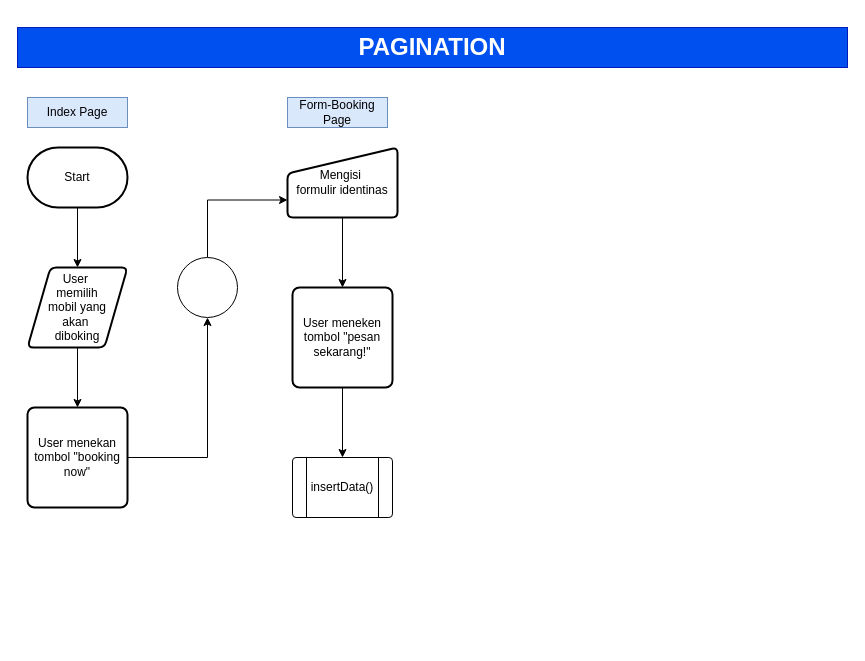
Farhan-Nawwafal/flowcharts-algorithm keeps this draw.io diagram as page "pages" (1 of 2) of Algorithm Booking-System.drawio. Above is the earlier version. Source tidied: cells renumbered, new cells numbered last; positions are measured from the earlier drawing's top-left corner, leaving out a move shared by most shapes. Both pictures are drawn from the tidied source at 100%, with x=0, y=0 at pixel (17, 27).
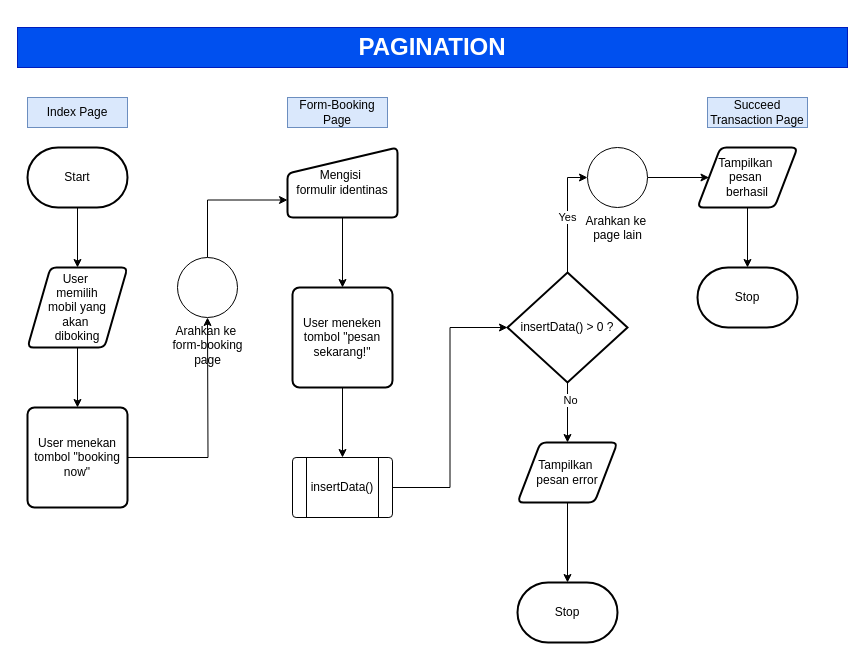
Above is the later version.

Unchanged cells that the change refers to:
```xml
<mxCell id="8" value="User menekan tombol &quot;booking now&quot;" style="rounded=1;whiteSpace=wrap;html=1;absoluteArcSize=1;arcSize=14;strokeWidth=2;" parent="1" vertex="1">
  <mxGeometry x="10" y="380" width="100" height="100" as="geometry" />
</mxCell>
<mxCell id="14" value="Mengisi&amp;nbsp;&lt;div&gt;formulir identinas&lt;/div&gt;" style="html=1;strokeWidth=2;shape=manualInput;whiteSpace=wrap;rounded=1;size=26;arcSize=11;" parent="1" vertex="1">
  <mxGeometry x="270" y="120" width="110" height="70" as="geometry" />
</mxCell>
<mxCell id="17" style="verticalLabelPosition=bottom;verticalAlign=top;html=1;shape=process;whiteSpace=wrap;rounded=1;size=0.14;arcSize=6;" parent="1" vertex="1">
  <mxGeometry x="275" y="430" width="100" height="60" as="geometry" />
</mxCell>
```

The edit, as a diff of the source:
```diff
@@
-    <mxCell id="10" style="edgeStyle=orthogonalEdgeStyle;rounded=0;jettySize=auto;html=1;entryX=0;entryY=0.75;entryDx=0;entryDy=0;" parent="1" edge="1" source="11" target="14">
+    <mxCell id="10" style="edgeStyle=orthogonalEdgeStyle;rounded=0;jettySize=auto;html=1;entryX=0;entryY=0.75;entryDx=0;entryDy=0;" parent="1" edge="1" target="14">
       <mxGeometry relative="1" as="geometry">
+        <mxPoint x="190" y="230" as="sourcePoint" />
         <Array as="points">
           <mxPoint x="190" y="172" />
         </Array>
       </mxGeometry>
     </mxCell>
-    <mxCell id="11" style="verticalLabelPosition=bottom;verticalAlign=top;html=1;shape=mxgraph.flowchart.on-page_reference;" parent="1" vertex="1">
-      <mxGeometry x="160" y="230" width="60" height="60" as="geometry" />
-    </mxCell>
-    <mxCell id="12" style="edgeStyle=orthogonalEdgeStyle;rounded=0;jettySize=auto;html=1;entryX=0.5;entryY=1;entryDx=0;entryDy=0;entryPerimeter=0;" parent="1" edge="1" source="8" target="11">
-      <mxGeometry relative="1" as="geometry" />
+    <mxCell id="12" style="edgeStyle=orthogonalEdgeStyle;rounded=0;jettySize=auto;html=1;entryX=0.5;entryY=1;entryDx=0;entryDy=0;entryPerimeter=0;" parent="1" edge="1" source="8">
+      <mxGeometry relative="1" as="geometry">
+        <mxPoint x="190" y="290" as="targetPoint" />
+      </mxGeometry>
     </mxCell>
@@
+    <mxCell id="19" style="edgeStyle=orthogonalEdgeStyle;rounded=0;jettySize=auto;html=1;" parent="1" edge="1" source="21" target="24">
+      <mxGeometry relative="1" as="geometry" />
+    </mxCell>
+    <mxCell id="20" value="No" style="edgeLabel;html=1;align=center;verticalAlign=middle;" parent="19" vertex="1">
+      <mxGeometry x="-0.44" y="2" relative="1" as="geometry" />
+    </mxCell>
+    <mxCell id="21" value="insertData() &amp;gt; 0 ?" style="strokeWidth=2;html=1;shape=mxgraph.flowchart.decision;whiteSpace=wrap;" parent="1" vertex="1">
+      <mxGeometry x="490" y="245" width="120" height="110" as="geometry" />
+    </mxCell>
+    <mxCell id="22" style="edgeStyle=orthogonalEdgeStyle;rounded=0;jettySize=auto;html=1;entryX=0;entryY=0.5;entryDx=0;entryDy=0;entryPerimeter=0;" parent="1" edge="1" source="17" target="21">
+      <mxGeometry relative="1" as="geometry" />
+    </mxCell>
+    <mxCell id="23" style="edgeStyle=orthogonalEdgeStyle;rounded=0;jettySize=auto;html=1;" parent="1" edge="1" source="24" target="25">
+      <mxGeometry relative="1" as="geometry" />
+    </mxCell>
+    <mxCell id="24" value="Tampilkan&amp;nbsp;&lt;div&gt;pesan error&lt;/div&gt;" style="shape=parallelogram;html=1;strokeWidth=2;perimeter=parallelogramPerimeter;whiteSpace=wrap;rounded=1;arcSize=12;size=0.23;" parent="1" vertex="1">
+      <mxGeometry x="500" y="415" width="100" height="60" as="geometry" />
+    </mxCell>
+    <mxCell id="25" value="Stop" style="strokeWidth=2;html=1;shape=mxgraph.flowchart.terminator;whiteSpace=wrap;" parent="1" vertex="1">
+      <mxGeometry x="500" y="555" width="100" height="60" as="geometry" />
+    </mxCell>
+    <mxCell id="26" value="Succeed Transaction Page" style="rounded=0;whiteSpace=wrap;html=1;fillColor=#dae8fc;strokeColor=#6c8ebf;" parent="1" vertex="1">
+      <mxGeometry x="690" y="70" width="100" height="30" as="geometry" />
+    </mxCell>
+    <mxCell id="27" style="edgeStyle=orthogonalEdgeStyle;rounded=0;jettySize=auto;html=1;" parent="1" edge="1" source="28" target="34">
+      <mxGeometry relative="1" as="geometry" />
+    </mxCell>
+    <mxCell id="28" value="Tampilkan&amp;nbsp;&lt;div&gt;pesan&amp;nbsp;&lt;/div&gt;&lt;div&gt;berhasil&lt;/div&gt;" style="shape=parallelogram;html=1;strokeWidth=2;perimeter=parallelogramPerimeter;whiteSpace=wrap;rounded=1;arcSize=12;size=0.23;" parent="1" vertex="1">
+      <mxGeometry x="680" y="120" width="100" height="60" as="geometry" />
+    </mxCell>
+    <mxCell id="29" value="Arahkan ke&amp;nbsp;&lt;div&gt;form-booking&lt;/div&gt;&lt;div&gt;page&lt;/div&gt;" style="verticalLabelPosition=bottom;verticalAlign=top;html=1;shape=mxgraph.flowchart.on-page_reference;" parent="1" vertex="1">
+      <mxGeometry x="160" y="230" width="60" height="60" as="geometry" />
+    </mxCell>
+    <mxCell id="30" style="edgeStyle=orthogonalEdgeStyle;rounded=0;jettySize=auto;html=1;" parent="1" edge="1" source="31" target="28">
+      <mxGeometry relative="1" as="geometry" />
+    </mxCell>
+    <mxCell id="31" value="Arahkan ke&amp;nbsp;&lt;div&gt;page lain&lt;/div&gt;" style="verticalLabelPosition=bottom;verticalAlign=top;html=1;shape=mxgraph.flowchart.on-page_reference;" parent="1" vertex="1">
+      <mxGeometry x="570" y="120" width="60" height="60" as="geometry" />
+    </mxCell>
+    <mxCell id="32" style="edgeStyle=orthogonalEdgeStyle;rounded=0;jettySize=auto;html=1;entryX=0;entryY=0.5;entryDx=0;entryDy=0;entryPerimeter=0;" parent="1" edge="1" source="21" target="31">
+      <mxGeometry relative="1" as="geometry" />
+    </mxCell>
+    <mxCell id="33" value="Yes" style="edgeLabel;html=1;align=center;verticalAlign=middle;" parent="32" vertex="1">
+      <mxGeometry x="-0.03" y="1" relative="1" as="geometry" />
+    </mxCell>
+    <mxCell id="34" value="Stop" style="strokeWidth=2;html=1;shape=mxgraph.flowchart.terminator;whiteSpace=wrap;" parent="1" vertex="1">
+      <mxGeometry x="680" y="240" width="100" height="60" as="geometry" />
+    </mxCell>
```
